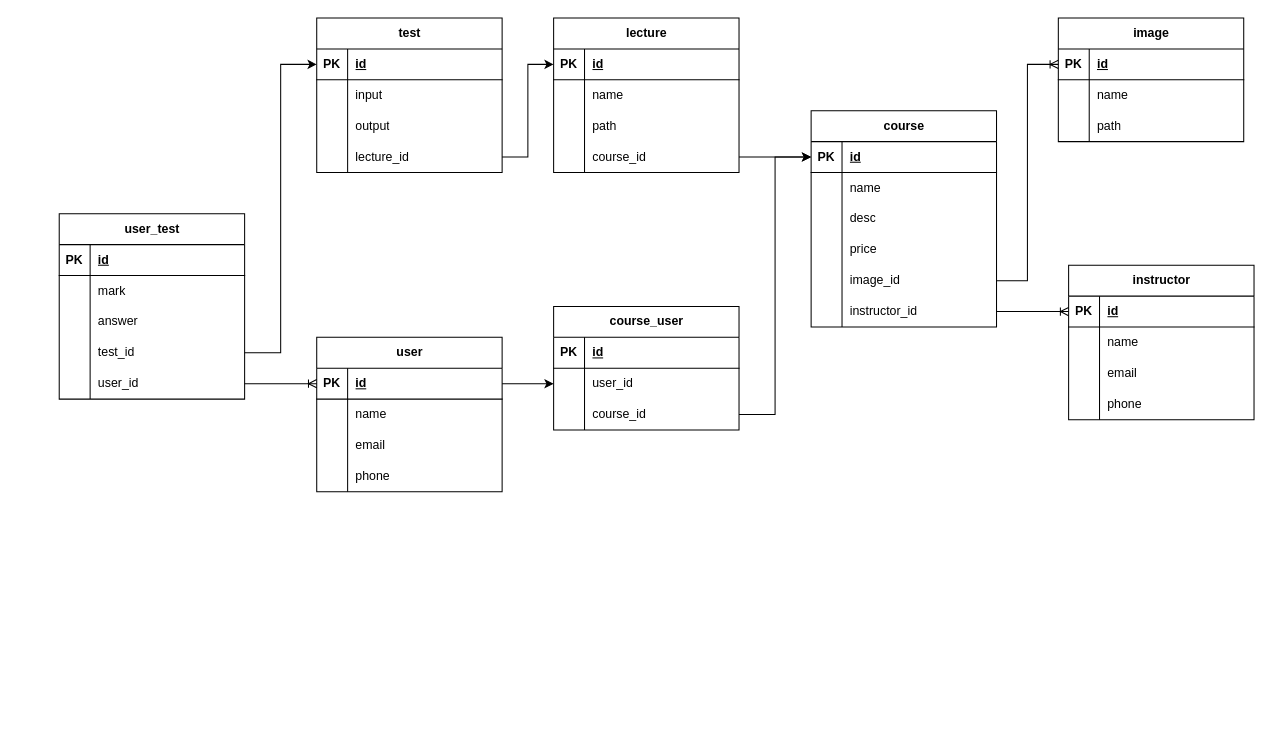
Earlier version of the draw.io diagram Lms.drawio (andrew-atef/andrew-atef). Source tidied: cells renumbered, new cells numbered last; positions are measured from the earlier drawing's top-left corner, leaving out a move shared by most shapes. Both pictures are drawn from the tidied source at 103%, with x=0, y=0 at pixel (59, 18).
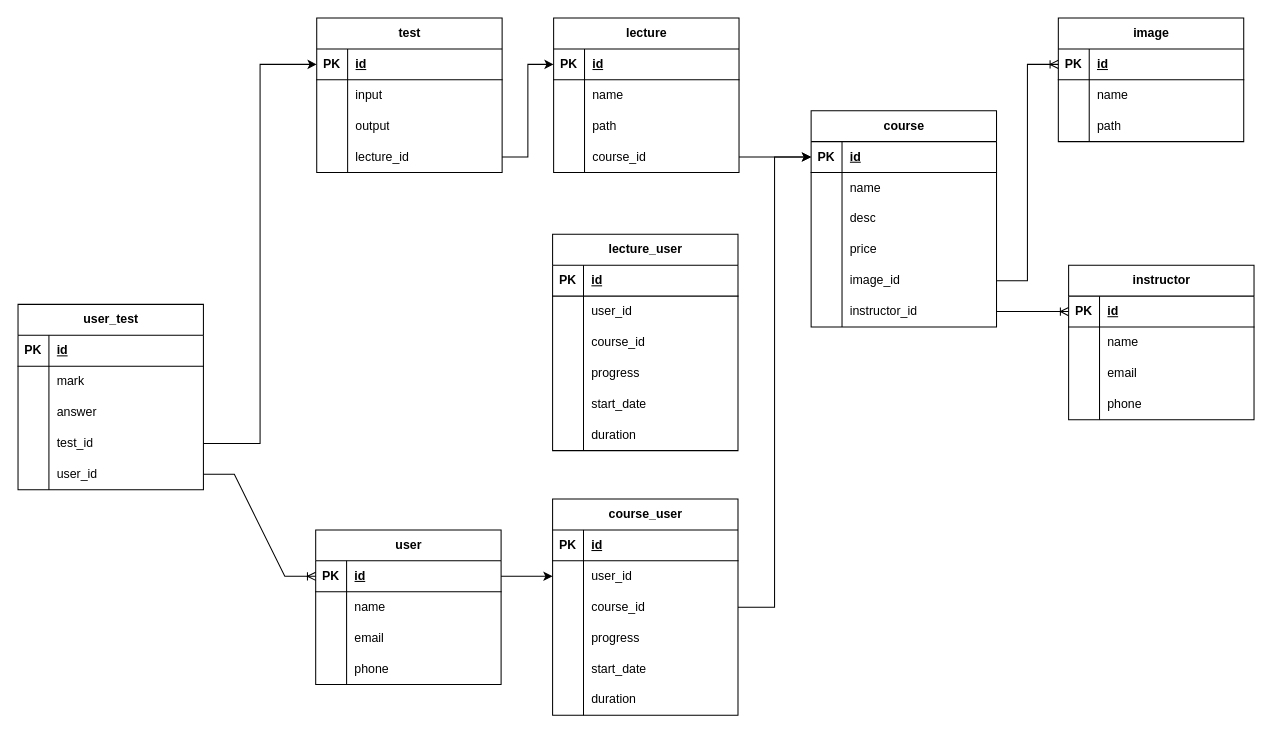
Above is the later version.

Diff of the diagram source:
```diff
@@
     <mxCell id="2" value="user" style="shape=table;startSize=30;childLayout=tableLayout;rowLines=0;fontStyle=1;align=center;html=1;" parent="1" vertex="1">
-      <mxGeometry x="250" y="310" width="180" height="150" as="geometry" />
+      <mxGeometry x="249" y="497" width="180" height="150" as="geometry" />
     </mxCell>
@@
     <mxCell id="87" value="user_test" style="shape=table;startSize=30;childLayout=tableLayout;rowLines=0;fontStyle=1;align=center;html=1;" parent="1" vertex="1">
-      <mxGeometry y="190" width="180" height="180" as="geometry" />
+      <mxGeometry x="-40" y="278" width="180" height="180" as="geometry" />
     </mxCell>
@@
     <mxCell id="105" value="course_user" style="shape=table;startSize=30;childLayout=tableLayout;rowLines=0;fontStyle=1;align=center;html=1;" parent="1" vertex="1">
-      <mxGeometry x="480" y="280" width="180" height="120" as="geometry" />
+      <mxGeometry x="479" y="467" width="180" height="210" as="geometry" />
     </mxCell>
@@
+    <mxCell id="117" style="shape=tableRow;horizontal=0;startSize=0;swimlaneHead=0;swimlaneBody=0;fillColor=none;top=0;left=0;right=0;bottom=0;" parent="105" vertex="1">
+      <mxGeometry y="120" width="180" height="30" as="geometry" />
+    </mxCell>
+    <mxCell id="118" style="shape=partialRectangle;fillColor=none;top=0;left=0;bottom=0;right=0;overflow=hidden;whiteSpace=wrap;html=1;" parent="117" vertex="1">
+      <mxGeometry width="30" height="30" as="geometry" />
+    </mxCell>
+    <mxCell id="119" value="progress" style="shape=partialRectangle;fillColor=none;top=0;left=0;bottom=0;right=0;align=left;spacingLeft=6;overflow=hidden;whiteSpace=wrap;html=1;" parent="117" vertex="1">
+      <mxGeometry x="30" width="150" height="30" as="geometry" />
+    </mxCell>
+    <mxCell id="120" style="shape=tableRow;horizontal=0;startSize=0;swimlaneHead=0;swimlaneBody=0;fillColor=none;top=0;left=0;right=0;bottom=0;" parent="105" vertex="1">
+      <mxGeometry y="150" width="180" height="30" as="geometry" />
+    </mxCell>
+    <mxCell id="121" style="shape=partialRectangle;fillColor=none;top=0;left=0;bottom=0;right=0;overflow=hidden;whiteSpace=wrap;html=1;" parent="120" vertex="1">
+      <mxGeometry width="30" height="30" as="geometry" />
+    </mxCell>
+    <mxCell id="122" value="start_date" style="shape=partialRectangle;fillColor=none;top=0;left=0;bottom=0;right=0;align=left;spacingLeft=6;overflow=hidden;whiteSpace=wrap;html=1;" parent="120" vertex="1">
+      <mxGeometry x="30" width="150" height="30" as="geometry" />
+    </mxCell>
+    <mxCell id="123" style="shape=tableRow;horizontal=0;startSize=0;swimlaneHead=0;swimlaneBody=0;fillColor=none;top=0;left=0;right=0;bottom=0;" parent="105" vertex="1">
+      <mxGeometry y="180" width="180" height="30" as="geometry" />
+    </mxCell>
+    <mxCell id="124" style="shape=partialRectangle;fillColor=none;top=0;left=0;bottom=0;right=0;overflow=hidden;whiteSpace=wrap;html=1;" parent="123" vertex="1">
+      <mxGeometry width="30" height="30" as="geometry" />
+    </mxCell>
+    <mxCell id="125" value="duration" style="shape=partialRectangle;fillColor=none;top=0;left=0;bottom=0;right=0;align=left;spacingLeft=6;overflow=hidden;whiteSpace=wrap;html=1;" parent="123" vertex="1">
+      <mxGeometry x="30" width="150" height="30" as="geometry" />
+    </mxCell>
@@
+    <mxCell id="126" value="lecture_user" style="shape=table;startSize=30;childLayout=tableLayout;rowLines=0;fontStyle=1;align=center;html=1;" parent="1" vertex="1">
+      <mxGeometry x="479" y="210" width="180" height="210" as="geometry" />
+    </mxCell>
+    <mxCell id="127" style="shape=tableRow;horizontal=0;startSize=0;swimlaneHead=0;swimlaneBody=0;fillColor=none;top=0;left=0;right=0;bottom=1;" parent="126" vertex="1">
+      <mxGeometry y="30" width="180" height="30" as="geometry" />
+    </mxCell>
+    <mxCell id="128" value="PK" style="shape=partialRectangle;fillColor=none;top=0;left=0;bottom=0;right=0;fontStyle=1;overflow=hidden;whiteSpace=wrap;html=1;" parent="127" vertex="1">
+      <mxGeometry width="30" height="30" as="geometry" />
+    </mxCell>
+    <mxCell id="129" value="id" style="shape=partialRectangle;fillColor=none;top=0;left=0;bottom=0;right=0;align=left;spacingLeft=6;fontStyle=5;overflow=hidden;whiteSpace=wrap;html=1;" parent="127" vertex="1">
+      <mxGeometry x="30" width="150" height="30" as="geometry" />
+    </mxCell>
+    <mxCell id="130" style="shape=tableRow;horizontal=0;startSize=0;swimlaneHead=0;swimlaneBody=0;fillColor=none;top=0;left=0;right=0;bottom=0;" parent="126" vertex="1">
+      <mxGeometry y="60" width="180" height="30" as="geometry" />
+    </mxCell>
+    <mxCell id="131" style="shape=partialRectangle;fillColor=none;top=0;left=0;bottom=0;right=0;overflow=hidden;whiteSpace=wrap;html=1;" parent="130" vertex="1">
+      <mxGeometry width="30" height="30" as="geometry" />
+    </mxCell>
+    <mxCell id="132" value="user_id" style="shape=partialRectangle;fillColor=none;top=0;left=0;bottom=0;right=0;align=left;spacingLeft=6;overflow=hidden;whiteSpace=wrap;html=1;" parent="130" vertex="1">
+      <mxGeometry x="30" width="150" height="30" as="geometry" />
+    </mxCell>
+    <mxCell id="133" style="shape=tableRow;horizontal=0;startSize=0;swimlaneHead=0;swimlaneBody=0;fillColor=none;top=0;left=0;right=0;bottom=0;" parent="126" vertex="1">
+      <mxGeometry y="90" width="180" height="30" as="geometry" />
+    </mxCell>
+    <mxCell id="134" style="shape=partialRectangle;fillColor=none;top=0;left=0;bottom=0;right=0;overflow=hidden;whiteSpace=wrap;html=1;" parent="133" vertex="1">
+      <mxGeometry width="30" height="30" as="geometry" />
+    </mxCell>
+    <mxCell id="135" value="course_id" style="shape=partialRectangle;fillColor=none;top=0;left=0;bottom=0;right=0;align=left;spacingLeft=6;overflow=hidden;whiteSpace=wrap;html=1;" parent="133" vertex="1">
+      <mxGeometry x="30" width="150" height="30" as="geometry" />
+    </mxCell>
+    <mxCell id="136" style="shape=tableRow;horizontal=0;startSize=0;swimlaneHead=0;swimlaneBody=0;fillColor=none;top=0;left=0;right=0;bottom=0;" parent="126" vertex="1">
+      <mxGeometry y="120" width="180" height="30" as="geometry" />
+    </mxCell>
+    <mxCell id="137" style="shape=partialRectangle;fillColor=none;top=0;left=0;bottom=0;right=0;overflow=hidden;whiteSpace=wrap;html=1;" parent="136" vertex="1">
+      <mxGeometry width="30" height="30" as="geometry" />
+    </mxCell>
+    <mxCell id="138" value="progress" style="shape=partialRectangle;fillColor=none;top=0;left=0;bottom=0;right=0;align=left;spacingLeft=6;overflow=hidden;whiteSpace=wrap;html=1;" parent="136" vertex="1">
+      <mxGeometry x="30" width="150" height="30" as="geometry" />
+    </mxCell>
+    <mxCell id="139" style="shape=tableRow;horizontal=0;startSize=0;swimlaneHead=0;swimlaneBody=0;fillColor=none;top=0;left=0;right=0;bottom=0;" parent="126" vertex="1">
+      <mxGeometry y="150" width="180" height="30" as="geometry" />
+    </mxCell>
+    <mxCell id="140" style="shape=partialRectangle;fillColor=none;top=0;left=0;bottom=0;right=0;overflow=hidden;whiteSpace=wrap;html=1;" parent="139" vertex="1">
+      <mxGeometry width="30" height="30" as="geometry" />
+    </mxCell>
+    <mxCell id="141" value="start_date" style="shape=partialRectangle;fillColor=none;top=0;left=0;bottom=0;right=0;align=left;spacingLeft=6;overflow=hidden;whiteSpace=wrap;html=1;" parent="139" vertex="1">
+      <mxGeometry x="30" width="150" height="30" as="geometry" />
+    </mxCell>
+    <mxCell id="142" style="shape=tableRow;horizontal=0;startSize=0;swimlaneHead=0;swimlaneBody=0;fillColor=none;top=0;left=0;right=0;bottom=0;" parent="126" vertex="1">
+      <mxGeometry y="180" width="180" height="30" as="geometry" />
+    </mxCell>
+    <mxCell id="143" style="shape=partialRectangle;fillColor=none;top=0;left=0;bottom=0;right=0;overflow=hidden;whiteSpace=wrap;html=1;" parent="142" vertex="1">
+      <mxGeometry width="30" height="30" as="geometry" />
+    </mxCell>
+    <mxCell id="144" value="duration" style="shape=partialRectangle;fillColor=none;top=0;left=0;bottom=0;right=0;align=left;spacingLeft=6;overflow=hidden;whiteSpace=wrap;html=1;" parent="142" vertex="1">
+      <mxGeometry x="30" width="150" height="30" as="geometry" />
+    </mxCell>
```
